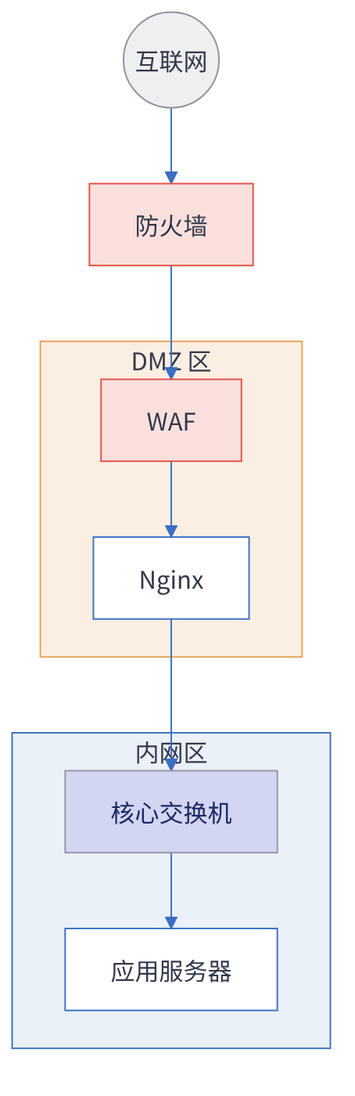
Earlier version of the Mermaid export docs/assets/network.png (huang-hee/diagram-kit). Its source is kept beside it as docs/assets/network.mmd. The source it was exported from:
```mermaid
---
config:
  theme: base
  fontFamily: "PingFang SC, Microsoft YaHei, Noto Sans CJK SC, Source Han Sans SC, sans-serif"
  themeVariables:
    background: "#FFFFFF"
    primaryColor: "#FFFFFF"
    primaryBorderColor: "#3B6FC2"
    primaryTextColor: "#33384A"
    nodeTextColor: "#33384A"
    secondaryColor: "#FBDBD1"
    tertiaryColor: "#EBF1F9"
    lineColor: "#3B6FC2"
    textColor: "#33384A"
    clusterBkg: "#EBF1F9"
    clusterBorder: "#3B6FC2"
    edgeLabelBackground: "#FFFFFF"
    titleColor: "#33384A"
    noteBkgColor: "#FFF6CE"
    noteBorderColor: "#A6A086"
    noteTextColor: "#33384A"
---
flowchart TB
  NET((互联网)):::internet --> FW[防火墙]:::security
  subgraph DMZ[DMZ 区]
    WAF[WAF]:::security
    NG[Nginx]:::server
  end
  subgraph IN[内网区]
    SW[核心交换机]:::device
    APP[应用服务器]:::server
  end
  FW --> WAF --> NG --> SW --> APP
  class DMZ dmz
  class IN intranet
classDef internet fill:#EEEFF0,stroke:#8F929B,color:#33384A
classDef dmz fill:#FBEEE2,stroke:#E8A35D,color:#33384A
classDef intranet fill:#EBF1F9,stroke:#3B6FC2,color:#33384A
classDef device fill:#D2D6F1,stroke:#9396A9,color:#1F2865
classDef server fill:#FFFFFF,stroke:#3B6FC2,color:#33384A
classDef security fill:#FAE0DD,stroke:#E35144,color:#33384A
```
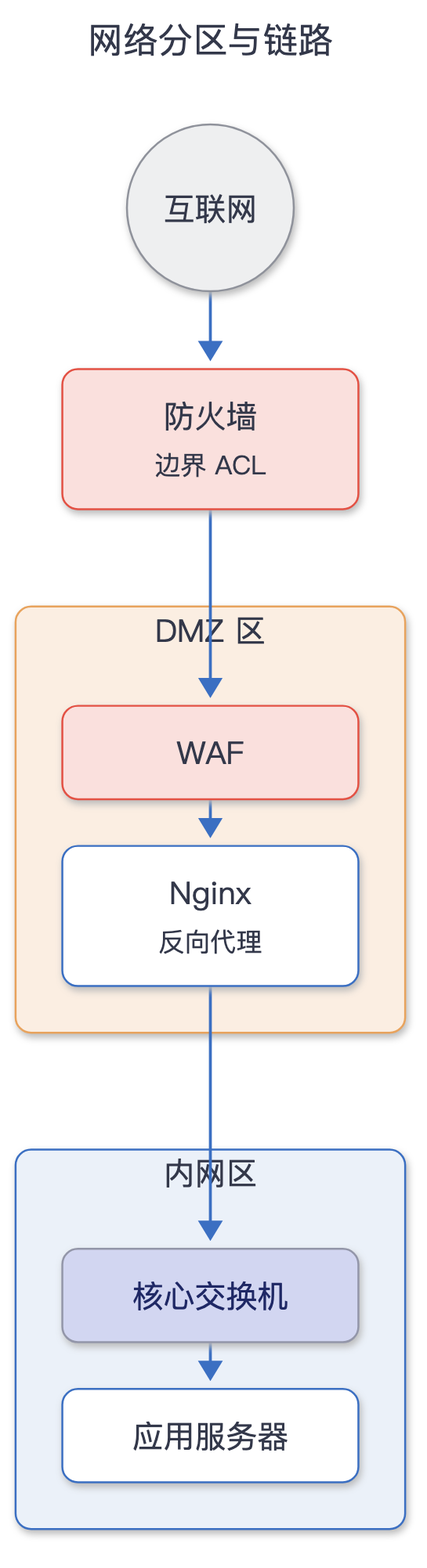
After the commit.

Change to the diagram source:
```diff
@@ -1,7 +1,14 @@
 ---
+title: "网络分区与链路"
 config:
   theme: base
   fontFamily: "PingFang SC, Microsoft YaHei, Noto Sans CJK SC, Source Han Sans SC, sans-serif"
+  flowchart:
+    curve: "step"
+    nodeSpacing: 50
+    rankSpacing: 60
+    padding: 12
+    wrappingWidth: 300
   themeVariables:
     background: "#FFFFFF"
     primaryColor: "#FFFFFF"
@@ -21,10 +28,10 @@
     noteTextColor: "#33384A"
 ---
 flowchart TB
-  NET((互联网)):::internet --> FW[防火墙]:::security
+  NET((互联网)):::internet --> FW["防火墙<br><small>边界 ACL</small>"]:::security
   subgraph DMZ[DMZ 区]
     WAF[WAF]:::security
-    NG[Nginx]:::server
+    NG["Nginx<br><small>反向代理</small>"]:::server
   end
   subgraph IN[内网区]
     SW[核心交换机]:::device
@@ -33,9 +40,10 @@
   FW --> WAF --> NG --> SW --> APP
   class DMZ dmz
   class IN intranet
-classDef internet fill:#EEEFF0,stroke:#8F929B,color:#33384A
-classDef dmz fill:#FBEEE2,stroke:#E8A35D,color:#33384A
-classDef intranet fill:#EBF1F9,stroke:#3B6FC2,color:#33384A
-classDef device fill:#D2D6F1,stroke:#9396A9,color:#1F2865
-classDef server fill:#FFFFFF,stroke:#3B6FC2,color:#33384A
-classDef security fill:#FAE0DD,stroke:#E35144,color:#33384A
+classDef internet fill:#EEEFF0,stroke:#8F929B,color:#33384A,rx:8,ry:8
+classDef dmz fill:#FBEEE2,stroke:#E8A35D,color:#33384A,rx:8,ry:8
+classDef intranet fill:#EBF1F9,stroke:#3B6FC2,color:#33384A,rx:8,ry:8
+classDef device fill:#D2D6F1,stroke:#9396A9,color:#1F2865,rx:8,ry:8
+classDef server fill:#FFFFFF,stroke:#3B6FC2,color:#33384A,rx:8,ry:8
+classDef security fill:#FAE0DD,stroke:#E35144,color:#33384A,rx:8,ry:8
+linkStyle default stroke-width:1.5px
```
